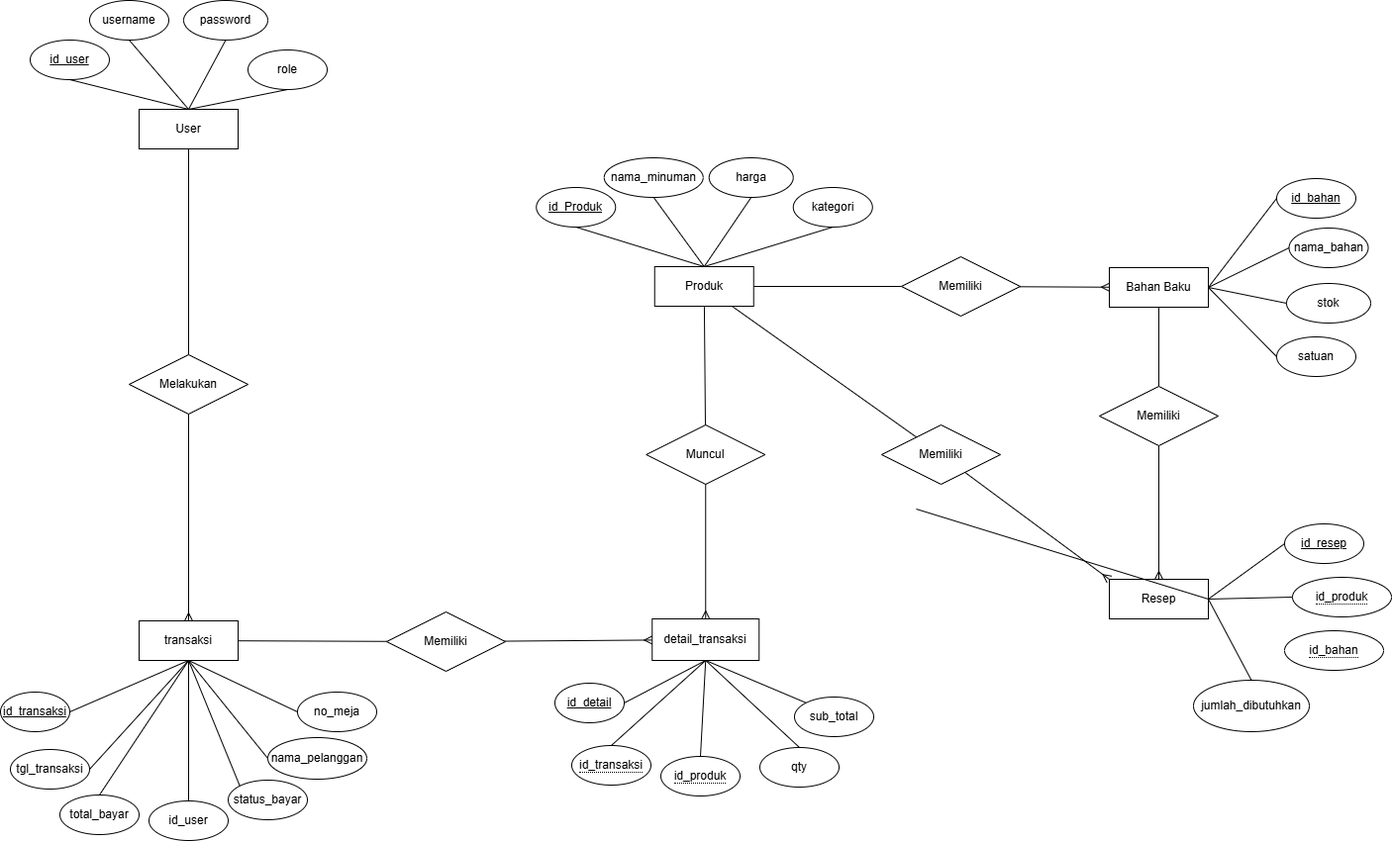
Above: Flowchart_project_drink_store.drawio.png in DeblonZT/project_drink_store (draw.io), before the change. Source tidied: cells renumbered, new cells last; positions are measured from the earlier drawing's top-left corner, leaving out a move shared by most shapes.
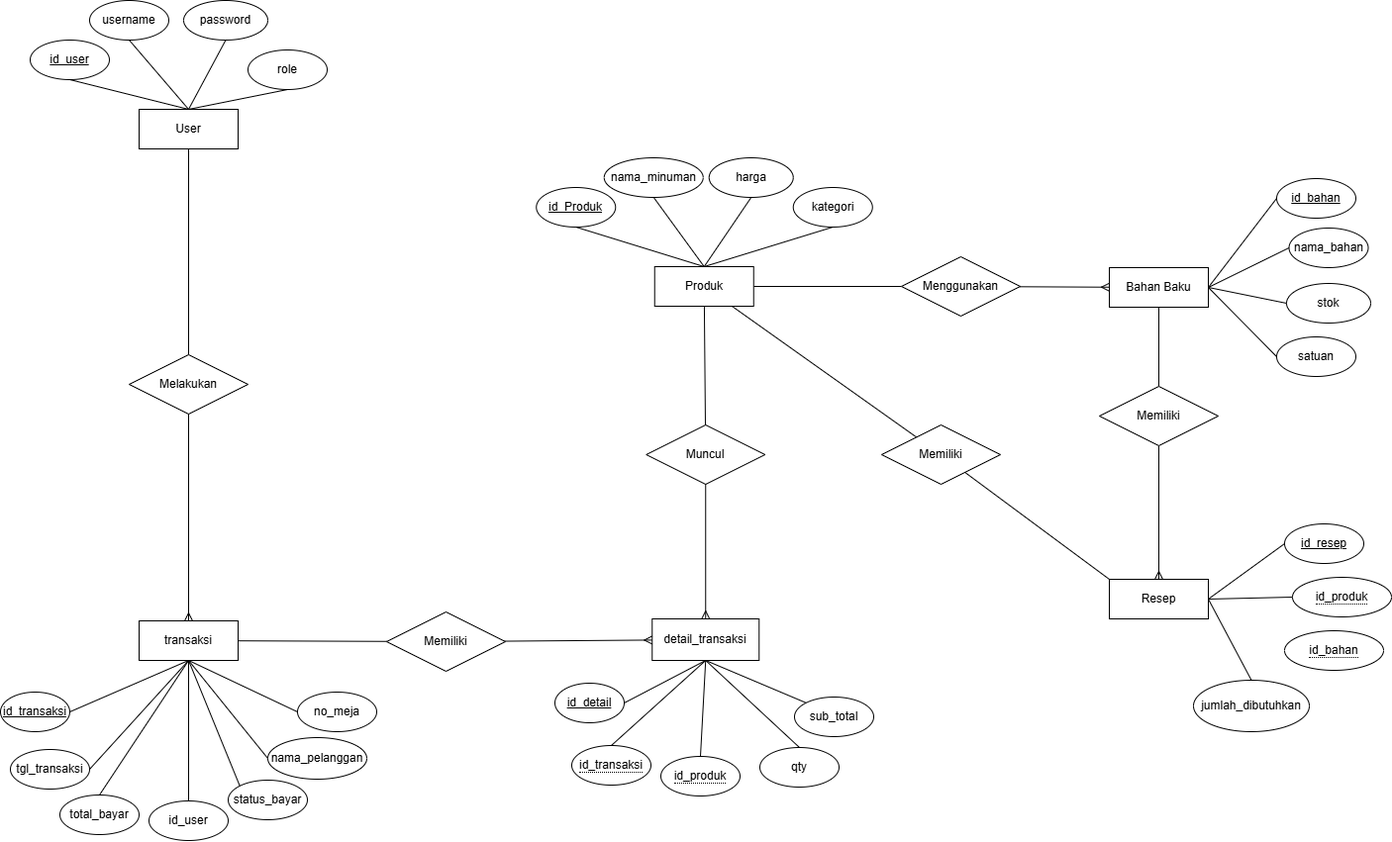
Later version of the same file.

The edit, as a diff of the source:
```diff
@@ -119,11 +119,6 @@
     <mxCell id="40" style="endArrow=none;html=1;rounded=0;exitX=0;exitY=0.5;exitDx=0;exitDy=0;entryX=1;entryY=0.5;entryDx=0;entryDy=0;" parent="1" edge="1" source="4" target="36">
       <mxGeometry relative="1" as="geometry" />
     </mxCell>
-    <mxCell id="41" style="endArrow=none;html=1;rounded=0;exitX=0;exitY=0.5;exitDx=0;exitDy=0;entryX=1;entryY=0.5;entryDx=0;entryDy=0;" parent="1" edge="1" target="36">
-      <mxGeometry relative="1" as="geometry">
-        <mxPoint x="925" y="514" as="sourcePoint" />
-      </mxGeometry>
-    </mxCell>
     <mxCell id="42" style="endArrow=none;html=1;rounded=0;exitX=0.5;exitY=0;exitDx=0;exitDy=0;entryX=1;entryY=0.5;entryDx=0;entryDy=0;" parent="1" edge="1" source="35" target="36">
       <mxGeometry relative="1" as="geometry" />
     </mxCell>
@@ -157,7 +152,7 @@
     <mxCell id="52" style="endArrow=none;html=1;rounded=0;exitX=1;exitY=0.5;exitDx=0;exitDy=0;entryX=0.5;entryY=0;entryDx=0;entryDy=0;" parent="1" edge="1" source="23" target="46">
       <mxGeometry relative="1" as="geometry" />
     </mxCell>
-    <mxCell id="53" value="Memiliki" style="rhombus;whiteSpace=wrap;html=1;" parent="1" vertex="1">
+    <mxCell id="53" value="Menggunakan" style="rhombus;whiteSpace=wrap;html=1;" parent="1" vertex="1">
       <mxGeometry x="910" y="259" width="120" height="60" as="geometry" />
     </mxCell>
     <mxCell id="54" style="endArrow=none;html=1;rounded=0;exitX=1;exitY=0.5;exitDx=0;exitDy=0;entryX=0;entryY=0;entryDx=0;entryDy=0;" parent="1" edge="1" source="23" target="48">
@@ -232,7 +227,7 @@
     <mxCell id="77" style="edgeStyle=none;rounded=0;jettySize=auto;html=1;endArrow=none;endFill=0;" parent="1" edge="1" source="79" target="14">
       <mxGeometry relative="1" as="geometry" />
     </mxCell>
-    <mxCell id="78" style="edgeStyle=none;rounded=0;jettySize=auto;html=1;endArrow=ERmany;endFill=0;entryX=0;entryY=0;entryDx=0;entryDy=0;" parent="1" edge="1" source="79" target="36">
+    <mxCell id="78" style="edgeStyle=none;rounded=0;jettySize=auto;html=1;endArrow=none;endFill=0;entryX=0;entryY=0;entryDx=0;entryDy=0;" parent="1" edge="1" source="79" target="36">
       <mxGeometry relative="1" as="geometry" />
     </mxCell>
     <mxCell id="79" value="Memiliki" style="rhombus;whiteSpace=wrap;html=1;" parent="1" vertex="1">
```
